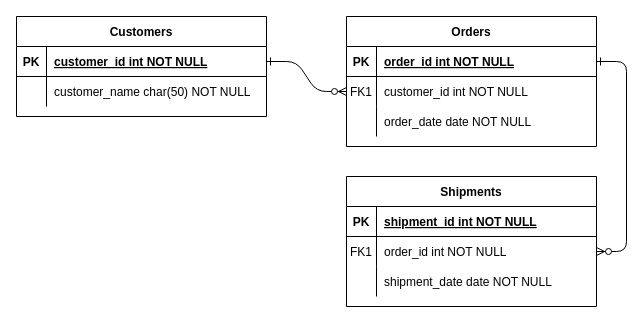
Earlier version of the draw.io diagram Adminstration/PokePlanner.drawio (ChrisQA-GB/To-Do-List-WebApplication). Source tidied: cells renumbered, new cells numbered last; positions are measured from the earlier drawing's top-left corner, leaving out a move shared by most shapes. Both pictures are drawn from the tidied source at 100%, with x=0, y=0 at pixel (16, 16).
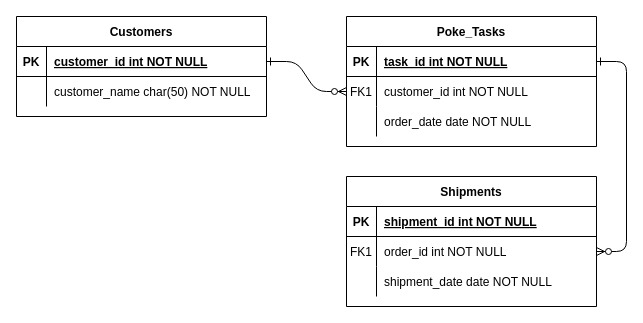
After the change.

The change refers to these unchanged cells:
```xml
<mxCell id="5" style="shape=partialRectangle;fillColor=none;points=[[0,0.5],[1,0.5]];portConstraint=eastwest;top=0;left=0;right=0;bottom=1;" parent="4" vertex="1">
  <mxGeometry y="30" width="250" height="30" as="geometry" />
</mxCell>
```

Diff of the diagram source:
```diff
@@
-    <mxCell id="4" value="Orders" style="shape=table;startSize=30;childLayout=tableLayout;rowLines=0;fontStyle=1;align=center;" parent="1" vertex="1">
+    <mxCell id="4" value="Poke_Tasks" style="shape=table;startSize=30;childLayout=tableLayout;rowLines=0;fontStyle=1;align=center;" parent="1" vertex="1">
       <mxGeometry x="330" width="250" height="130" as="geometry" />
     </mxCell>
@@
-    <mxCell id="7" value="order_id int NOT NULL " style="shape=partialRectangle;overflow=hidden;fillColor=none;top=0;left=0;bottom=0;right=0;align=left;spacingLeft=6;fontStyle=5;" parent="5" vertex="1">
+    <mxCell id="7" value="task_id int NOT NULL " style="shape=partialRectangle;overflow=hidden;fillColor=none;top=0;left=0;bottom=0;right=0;align=left;spacingLeft=6;fontStyle=5;" parent="5" vertex="1">
       <mxGeometry x="30" width="220" height="30" as="geometry" />
     </mxCell>
```
